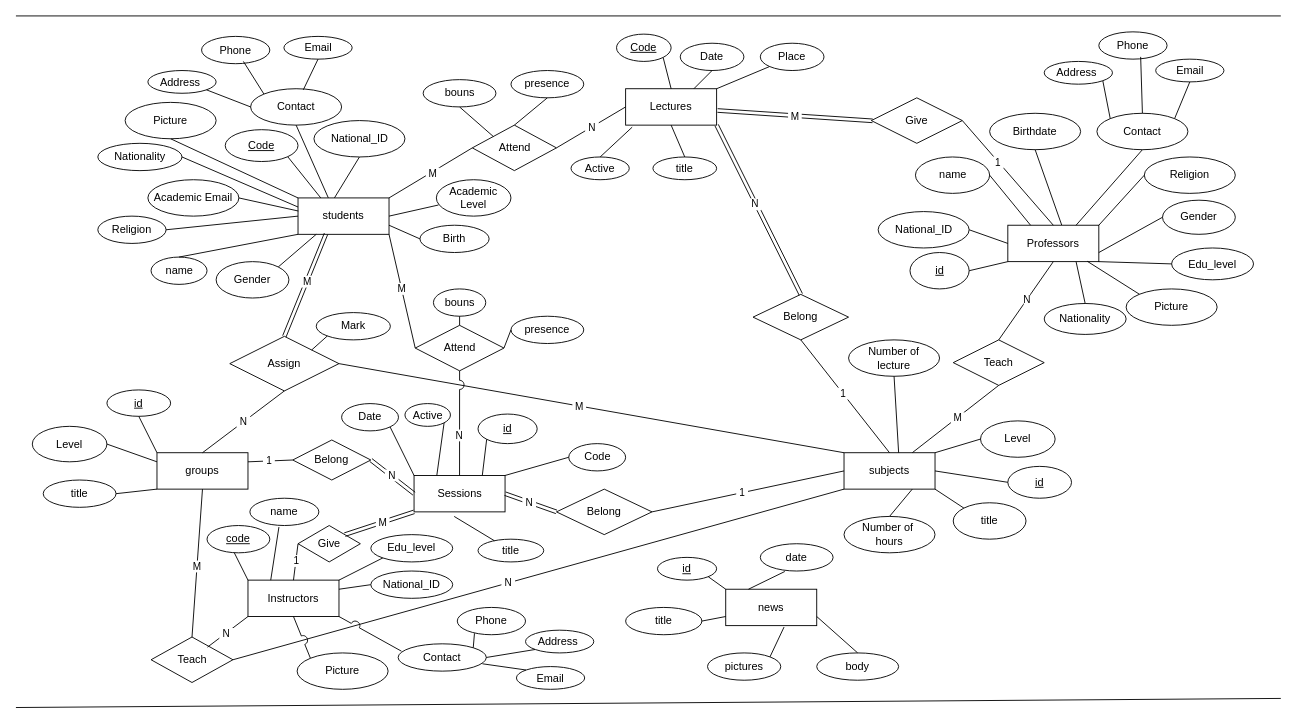
This is Database/ERD.drawio from TulaBy/Documentation, a draw.io file, before an edit. Source tidied: cells renumbered, new cells numbered last; positions are measured from the earlier drawing's top-left corner, leaving out a move shared by most shapes. Both pictures are drawn from the tidied source at 91%, with x=0, y=0 at pixel (15, 15).
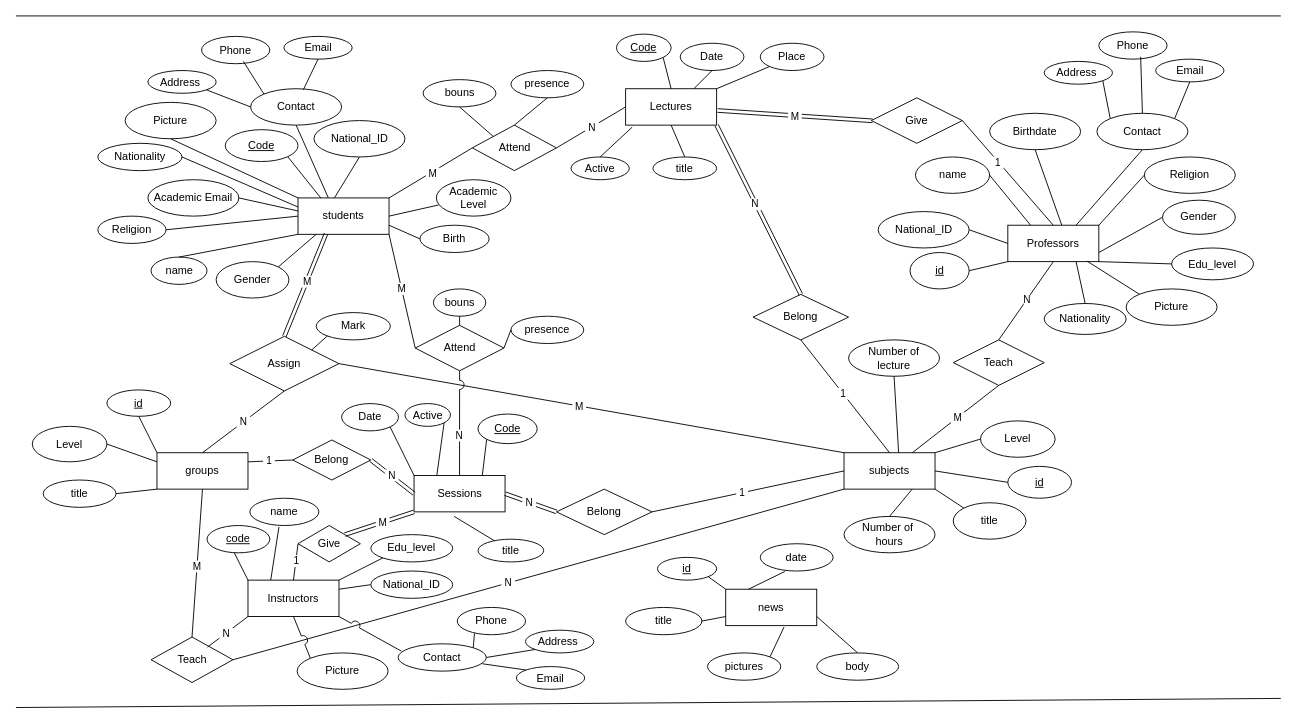
The same page after the edit.

The change refers to these unchanged cells:
```xml
<mxCell id="42" value="Sessions" style="rounded=0;arcSize=10;whiteSpace=wrap;html=1;align=center;" parent="1" vertex="1">
  <mxGeometry x="437.5" y="505" width="100" height="40" as="geometry" />
</mxCell>
```

The edit, as a diff of the source:
```diff
@@
-    <mxCell id="46" value="Code" style="ellipse;whiteSpace=wrap;html=1;align=center;" parent="1" vertex="1">
-      <mxGeometry x="607.5" y="470" width="62.5" height="30" as="geometry" />
-    </mxCell>
-    <mxCell id="47" style="endArrow=none;html=1;rounded=0;entryX=0;entryY=0.5;entryDx=0;entryDy=0;exitX=1;exitY=0;exitDx=0;exitDy=0;" parent="1" edge="1" source="42" target="46">
-      <mxGeometry relative="1" as="geometry" />
-    </mxCell>
@@
-    <mxCell id="111" value="id" style="ellipse;whiteSpace=wrap;html=1;align=center;fontStyle=4;" parent="1" vertex="1">
+    <mxCell id="111" value="Code" style="ellipse;whiteSpace=wrap;html=1;align=center;fontStyle=4;" parent="1" vertex="1">
       <mxGeometry x="507.8" y="437.5" width="65" height="32.5" as="geometry" />
     </mxCell>
```
